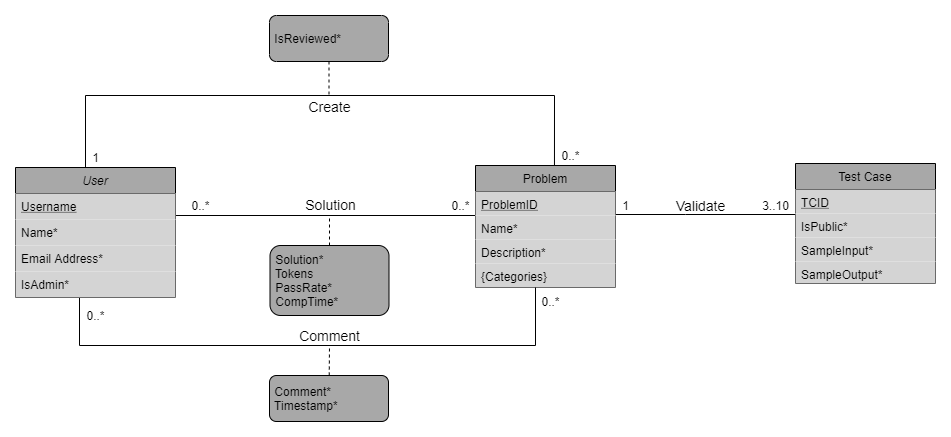
AlgoLearnWCSU/AlgoLearnApi keeps this draw.io diagram as docs/img/CS360_Database_Design_Transparent.png. Above is the earlier version. Source tidied: cells renumbered, new cells last; positions are measured from the earlier drawing's top-left corner, leaving out a move shared by most shapes.
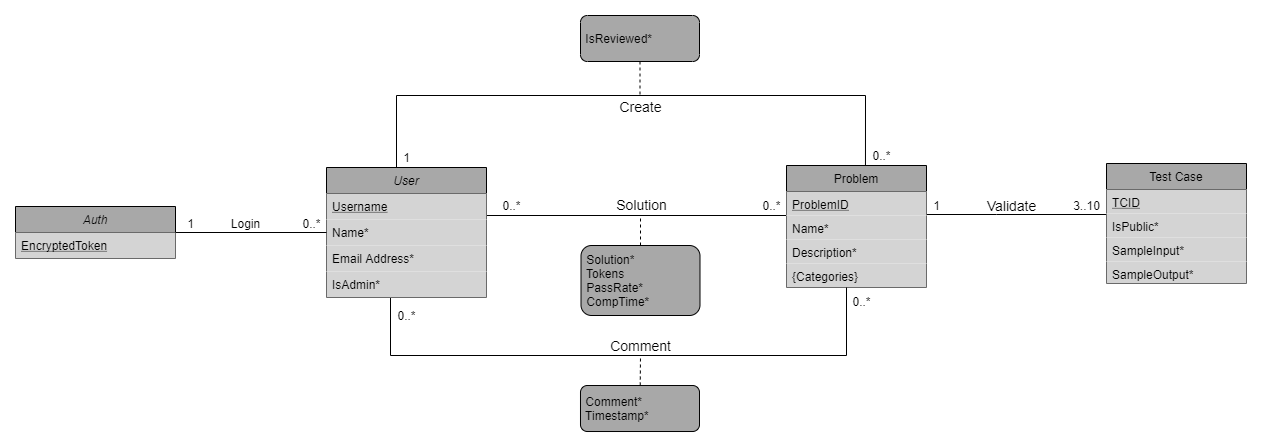
Later version of the same file.

What changed in the source:
```diff
@@ -83,8 +83,8 @@
     <mxCell id="20" style="edgeStyle=orthogonalEdgeStyle;rounded=0;jettySize=auto;html=1;entryX=0.4;entryY=0.962;entryDx=0;entryDy=0;entryPerimeter=0;endArrow=none;endFill=0;" parent="1" edge="1" source="7" target="38">
       <mxGeometry relative="1" as="geometry">
         <Array as="points">
-          <mxPoint x="520" y="330" />
-          <mxPoint x="64" y="330" />
+          <mxPoint x="520" y="340" />
+          <mxPoint x="64" y="340" />
         </Array>
       </mxGeometry>
     </mxCell>
@@ -105,14 +105,14 @@
     </mxCell>
     <mxCell id="26" style="rounded=0;jettySize=auto;html=1;dashed=1;endArrow=none;endFill=0;" parent="1" edge="1" source="27">
       <mxGeometry relative="1" as="geometry">
-        <mxPoint x="314" y="330" as="targetPoint" />
+        <mxPoint x="314" y="340" as="targetPoint" />
       </mxGeometry>
     </mxCell>
     <mxCell id="27" value="&amp;nbsp;Comment*&lt;br&gt;&amp;nbsp;Timestamp*" style="html=1;align=left;perimeter=rectanglePerimeter;rounded=1;fillColor=#A8A8A8;" parent="1" vertex="1">
-      <mxGeometry x="254" y="360" width="119" height="46" as="geometry" />
+      <mxGeometry x="254" y="370" width="119" height="46" as="geometry" />
     </mxCell>
     <mxCell id="28" value="&lt;font style=&quot;font-size: 14px&quot;&gt;Comment&lt;/font&gt;" style="text;html=1;align=center;verticalAlign=middle;" parent="1" vertex="1">
-      <mxGeometry x="274" y="310" width="80" height="20" as="geometry" />
+      <mxGeometry x="274" y="320" width="80" height="20" as="geometry" />
     </mxCell>
     <mxCell id="29" value="Test Case" style="swimlane;fontStyle=0;horizontal=1;startSize=26;rounded=0;fillColor=#A8A8A8;" parent="1" vertex="1">
       <mxGeometry x="780" y="148" width="140" height="120" as="geometry" />
@@ -144,5 +144,23 @@
     <mxCell id="38" value="IsAdmin*" style="text;align=left;verticalAlign=top;spacingLeft=4;spacingRight=4;overflow=hidden;points=[[0,0.5],[1,0.5]];portConstraint=eastwest;rounded=0;shadow=0;html=0;fontStyle=0;fillColor=#D4D4D4;" parent="34" vertex="1">
       <mxGeometry y="104" width="160" height="26" as="geometry" />
     </mxCell>
+    <mxCell id="39" value="Auth" style="swimlane;fontStyle=2;align=center;verticalAlign=top;horizontal=1;startSize=26;rounded=0;shadow=0;strokeWidth=1;fillColor=#A8A8A8;" parent="1" vertex="1">
+      <mxGeometry x="-311" y="191" width="160" height="52" as="geometry" />
+    </mxCell>
+    <mxCell id="40" value="EncryptedToken" style="text;align=left;verticalAlign=top;spacingLeft=4;spacingRight=4;overflow=hidden;rounded=0;shadow=0;html=0;fontStyle=4;fillColor=#D4D4D4;" parent="39" vertex="1">
+      <mxGeometry y="26" width="160" height="26" as="geometry" />
+    </mxCell>
+    <mxCell id="41" style="endArrow=none;html=1;" parent="1" edge="1" source="39" target="34">
+      <mxGeometry relative="1" as="geometry" />
+    </mxCell>
+    <mxCell id="42" value="0..*" style="text;html=1;align=center;verticalAlign=middle;" parent="1" vertex="1">
+      <mxGeometry x="-30" y="198" width="30" height="20" as="geometry" />
+    </mxCell>
+    <mxCell id="43" value="Login" style="text;html=1;align=center;verticalAlign=middle;" parent="1" vertex="1">
+      <mxGeometry x="-101" y="198" width="40" height="20" as="geometry" />
+    </mxCell>
+    <mxCell id="44" value="1" style="text;html=1;align=center;verticalAlign=middle;" parent="1" vertex="1">
+      <mxGeometry x="-146" y="198" width="20" height="20" as="geometry" />
+    </mxCell>
   </root>
 </mxGraphModel>
```
